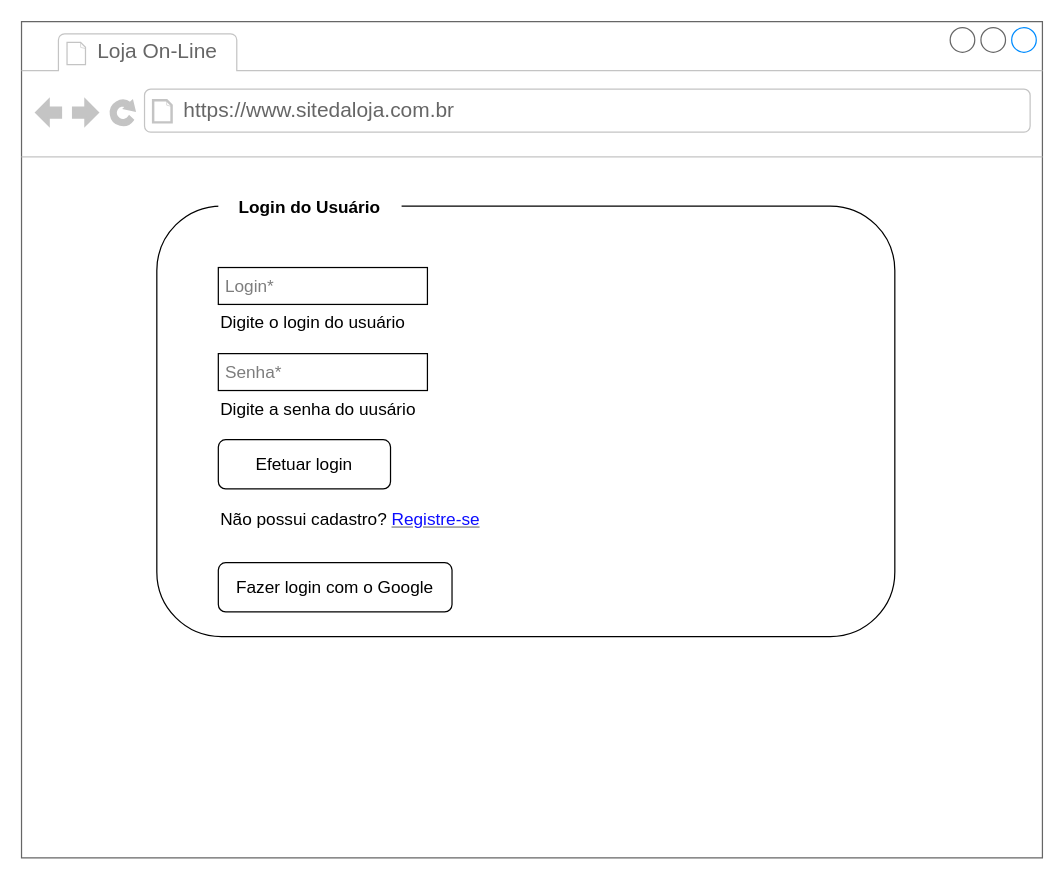
The draw.io diagram page "Login" (2 of 7) of projeto/documentacao/wireframes.drawio in adjamirgalvao/pucminas, before the edit. Source tidied: cells renumbered, new cells numbered last; positions are measured from the earlier drawing's top-left corner, leaving out a move shared by most shapes. Both pictures are drawn from the tidied source at 123%, with x=0, y=0 at pixel (21, 21).
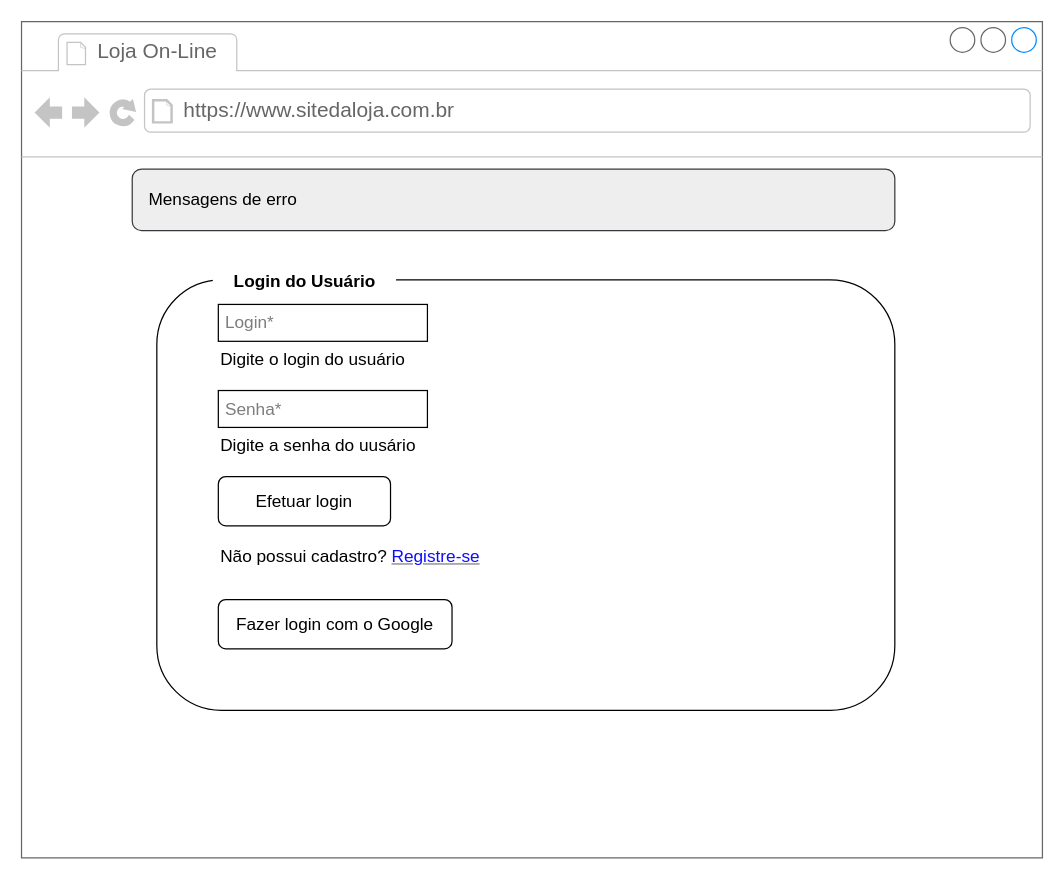
The same diagram, later.

Change to the diagram source:
```diff
@@
 <mxGraphModel>
   <root>
     <mxCell id="0" />
     <mxCell id="1" parent="0" />
     <mxCell id="2" style="strokeWidth=1;shadow=0;dashed=0;align=center;html=1;shape=mxgraph.mockup.containers.browserWindow;rSize=0;strokeColor=#666666;strokeColor2=#008cff;strokeColor3=#c4c4c4;mainText=,;" parent="1" vertex="1">
       <mxGeometry width="830" height="680" as="geometry" />
     </mxCell>
     <mxCell id="3" value="Loja On-Line" style="strokeWidth=1;shadow=0;dashed=0;align=center;html=1;shape=mxgraph.mockup.containers.anchor;fontSize=17;fontColor=#666666;align=left;" parent="2" vertex="1">
       <mxGeometry x="60" y="12" width="110" height="26" as="geometry" />
     </mxCell>
     <mxCell id="4" value="https://www.sitedaloja.com.br" style="strokeWidth=1;shadow=0;dashed=0;align=center;html=1;shape=mxgraph.mockup.containers.anchor;rSize=0;fontSize=17;fontColor=#666666;align=left;" parent="2" vertex="1">
       <mxGeometry x="130" y="60" width="250" height="26" as="geometry" />
     </mxCell>
     <mxCell id="5" style="rounded=1;whiteSpace=wrap;html=1;" parent="2" vertex="1">
-      <mxGeometry x="110" y="150" width="600" height="350" as="geometry" />
+      <mxGeometry x="110" y="210" width="600" height="350" as="geometry" />
     </mxCell>
     <mxCell id="6" value="&lt;font style=&quot;font-size: 14px;&quot;&gt;&lt;b&gt;Login do Usuário&lt;/b&gt;&lt;/font&gt;" style="text;html=1;align=center;verticalAlign=middle;whiteSpace=wrap;rounded=0;fillColor=default;" parent="2" vertex="1">
-      <mxGeometry x="160" y="140" width="149" height="22" as="geometry" />
+      <mxGeometry x="155.5" y="200" width="149" height="22" as="geometry" />
     </mxCell>
     <mxCell id="7" value="&lt;font color=&quot;#7d7d7d&quot;&gt;&amp;nbsp;Login*&lt;/font&gt;" style="rounded=0;whiteSpace=wrap;html=1;fontSize=14;fillColor=default;align=left;" parent="2" vertex="1">
-      <mxGeometry x="160" y="200" width="170" height="30" as="geometry" />
+      <mxGeometry x="160" y="230" width="170" height="30" as="geometry" />
     </mxCell>
     <mxCell id="8" value="&lt;font color=&quot;#000000&quot;&gt;Digite o login do usuário&lt;/font&gt;" style="text;html=1;strokeColor=none;fillColor=none;align=left;verticalAlign=middle;whiteSpace=wrap;rounded=0;fontSize=14;fontColor=#7d7d7d;" parent="2" vertex="1">
-      <mxGeometry x="160" y="230" width="160" height="30" as="geometry" />
+      <mxGeometry x="160" y="260" width="160" height="30" as="geometry" />
     </mxCell>
     <mxCell id="9" value="&lt;font color=&quot;#7d7d7d&quot;&gt;&amp;nbsp;Senha*&lt;/font&gt;" style="rounded=0;whiteSpace=wrap;html=1;fontSize=14;fillColor=default;align=left;" parent="2" vertex="1">
-      <mxGeometry x="160" y="270" width="170" height="30" as="geometry" />
+      <mxGeometry x="160" y="300" width="170" height="30" as="geometry" />
     </mxCell>
     <mxCell id="10" value="&lt;font color=&quot;#000000&quot;&gt;Digite a senha do uusário&lt;/font&gt;" style="text;html=1;strokeColor=none;fillColor=none;align=left;verticalAlign=middle;whiteSpace=wrap;rounded=0;fontSize=14;fontColor=#7d7d7d;" parent="2" vertex="1">
-      <mxGeometry x="160" y="300" width="170" height="30" as="geometry" />
+      <mxGeometry x="160" y="330" width="170" height="30" as="geometry" />
     </mxCell>
     <mxCell id="11" value="Efetuar login" style="rounded=1;whiteSpace=wrap;html=1;fontSize=14;fontColor=#000000;fillColor=default;" parent="2" vertex="1">
-      <mxGeometry x="160" y="340" width="140" height="40" as="geometry" />
+      <mxGeometry x="160" y="370" width="140" height="40" as="geometry" />
     </mxCell>
     <mxCell id="12" value="&lt;font color=&quot;#000000&quot;&gt;Não possui cadastro? &lt;/font&gt;&lt;u style=&quot;&quot;&gt;&lt;font color=&quot;#0d0dff&quot;&gt;Registre-se&lt;/font&gt;&lt;/u&gt;" style="text;html=1;strokeColor=none;fillColor=none;align=left;verticalAlign=middle;whiteSpace=wrap;rounded=0;fontSize=14;fontColor=#7d7d7d;" parent="2" vertex="1">
-      <mxGeometry x="160" y="390" width="250" height="30" as="geometry" />
+      <mxGeometry x="160" y="420" width="250" height="30" as="geometry" />
     </mxCell>
     <mxCell id="13" value="Fazer login com o Google" style="rounded=1;whiteSpace=wrap;html=1;fontSize=14;fontColor=#000000;fillColor=default;" parent="2" vertex="1">
-      <mxGeometry x="160" y="440" width="190" height="40" as="geometry" />
+      <mxGeometry x="160" y="470" width="190" height="40" as="geometry" />
     </mxCell>
+    <mxCell id="14" value="&amp;nbsp; &amp;nbsp;Mensagens de erro&amp;nbsp;" style="rounded=1;whiteSpace=wrap;html=1;fontSize=14;fillColor=#eeeeee;strokeColor=#36393d;align=left;" parent="2" vertex="1">
+      <mxGeometry x="90" y="120" width="620" height="50" as="geometry" />
+    </mxCell>
   </root>
 </mxGraphModel>
```
